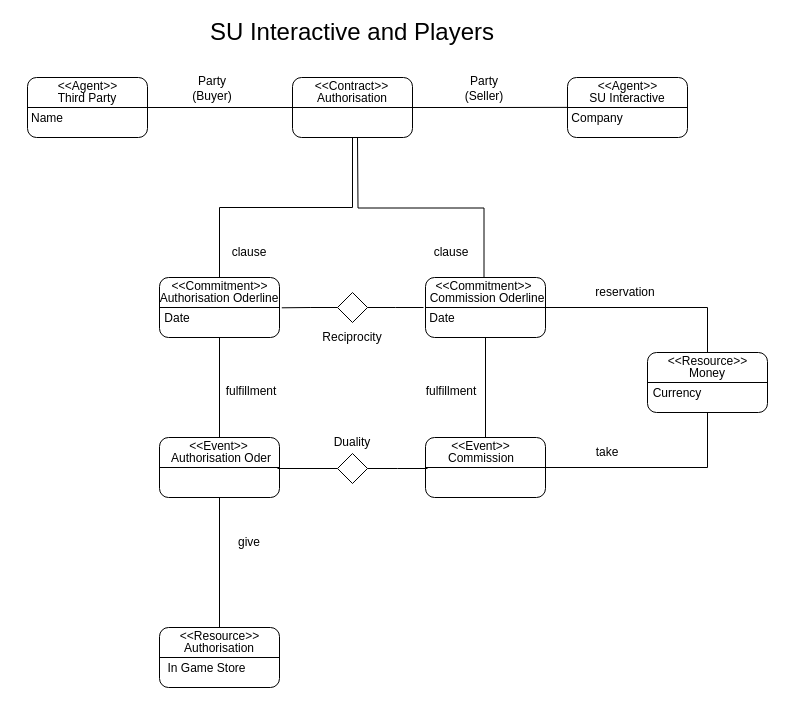
Earlier version of the draw.io diagram SUandThirdPartyREA.drawio (NishChahar/Uni-Assignments). Source tidied: cells renumbered, new cells numbered last; positions are measured from the earlier drawing's top-left corner, leaving out a move shared by most shapes. Both pictures are drawn from the tidied source at 100%, with x=0, y=0 at pixel (17, 17).
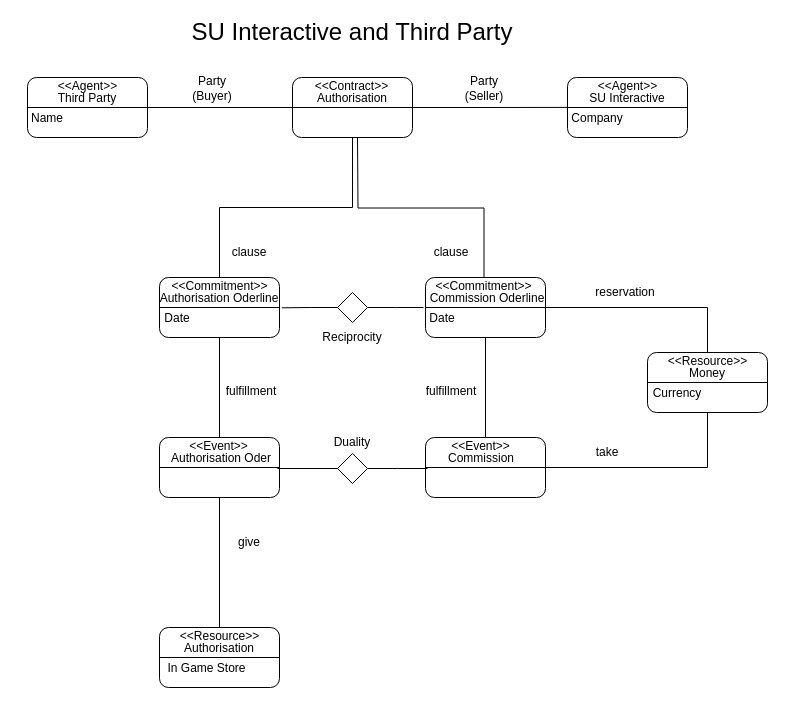
The same diagram, later.

Diff of the diagram source:
```diff
@@
-    <mxCell id="2" value="&lt;font style=&quot;font-size: 24px&quot;&gt;SU Interactive and Players&lt;/font&gt;" style="text;html=1;strokeColor=none;fillColor=none;align=center;verticalAlign=middle;whiteSpace=wrap;rounded=0;" parent="1" vertex="1">
+    <mxCell id="2" value="&lt;font style=&quot;font-size: 24px&quot;&gt;SU Interactive and Third Party&lt;/font&gt;" style="text;html=1;strokeColor=none;fillColor=none;align=center;verticalAlign=middle;whiteSpace=wrap;rounded=0;" parent="1" vertex="1">
       <mxGeometry x="165" width="340" height="30" as="geometry" />
     </mxCell>
```
